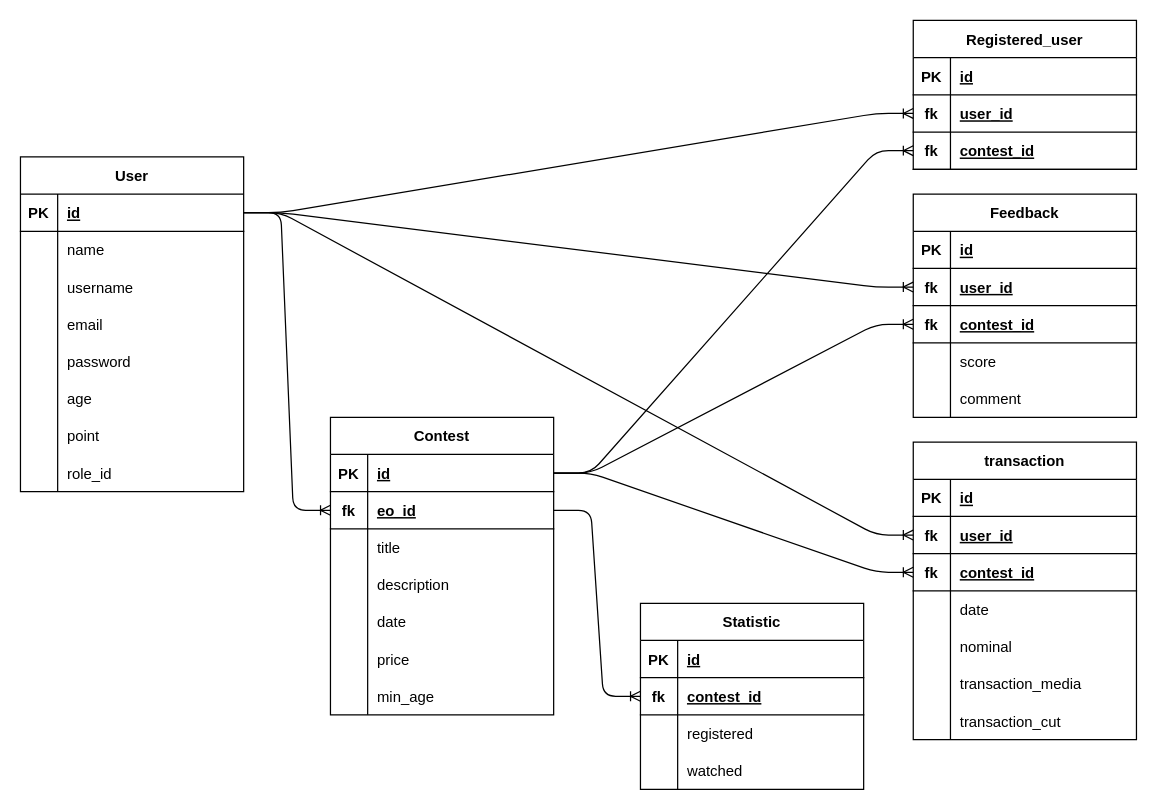
Above: BE/ERD.drawio in babaiyu/efficacy_hackathon (draw.io), before the change. Source tidied: cells renumbered, new cells numbered last; positions are measured from the earlier drawing's top-left corner, leaving out a move shared by most shapes. Both pictures are drawn from the tidied source at 124%, with x=0, y=0 at pixel (20, 20).
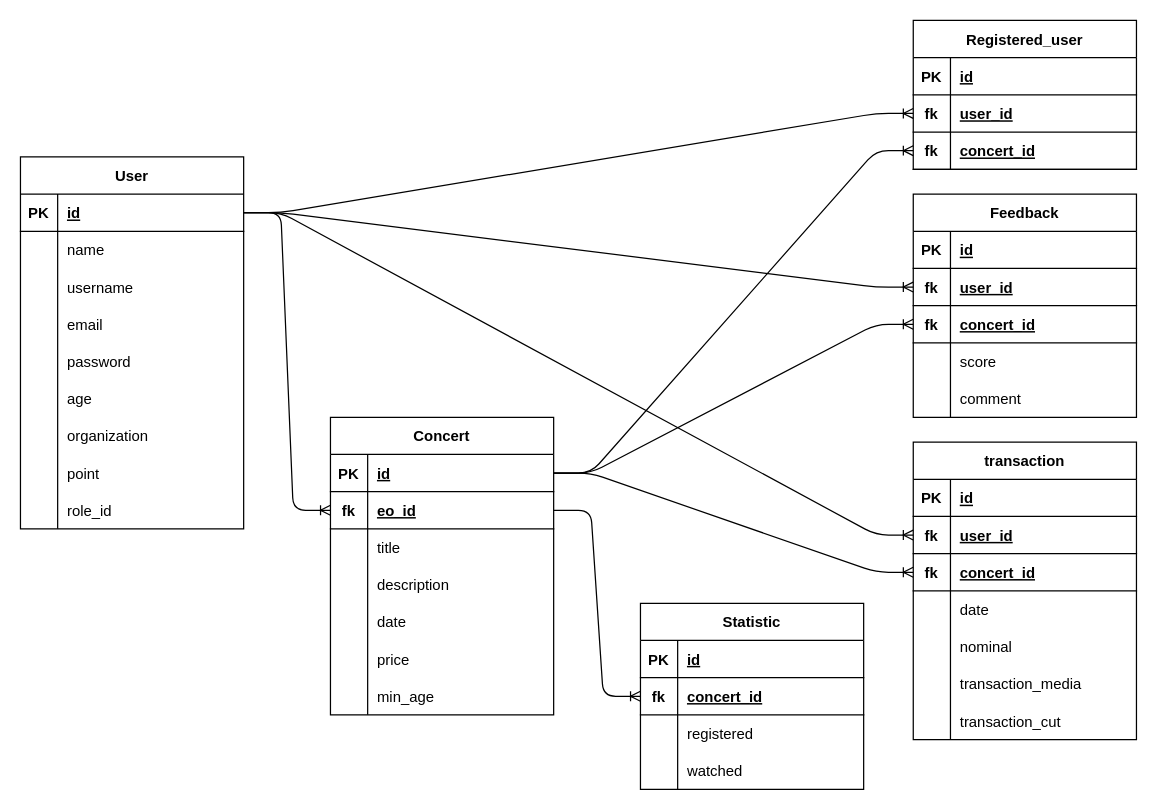
The same diagram, later.

Unchanged cells that the change refers to:
```xml
<mxCell id="61" style="shape=partialRectangle;fillColor=none;top=0;left=0;bottom=1;right=0;" parent="57" vertex="1">
  <mxGeometry y="60" width="180" height="30" as="geometry" />
</mxCell>
<mxCell id="77" style="shape=partialRectangle;fillColor=none;top=0;left=0;bottom=1;right=0;points=[[0,0.5],[1,0.5]];portConstraint=eastwest;" parent="70" vertex="1">
  <mxGeometry y="90" width="180" height="30" as="geometry" />
</mxCell>
<mxCell id="99" style="shape=partialRectangle;fillColor=none;top=0;left=0;bottom=1;right=0;points=[[0,0.5],[1,0.5]];portConstraint=eastwest;" parent="92" vertex="1">
  <mxGeometry y="90" width="180" height="30" as="geometry" />
</mxCell>
<mxCell id="109" style="shape=partialRectangle;fillColor=none;top=0;left=0;bottom=1;right=0;points=[[0,0.5],[1,0.5]];portConstraint=eastwest;" parent="102" vertex="1">
  <mxGeometry y="90" width="180" height="30" as="geometry" />
</mxCell>
```

The edit, as a diff of the source:
```diff
@@
     <mxCell id="10" value="User" style="shape=table;startSize=30;childLayout=tableLayout;rowLines=0;fontStyle=1;align=center;" parent="1" vertex="1">
-      <mxGeometry y="110" width="180" height="270" as="geometry" />
+      <mxGeometry y="110" width="180" height="300" as="geometry" />
     </mxCell>
@@
+    <mxCell id="118" style="shape=partialRectangle;fillColor=none;top=0;left=0;bottom=0;right=0;" parent="10" vertex="1">
+      <mxGeometry y="210" width="180" height="30" as="geometry" />
+    </mxCell>
+    <mxCell id="119" style="shape=partialRectangle;fillColor=none;top=0;left=0;bottom=0;right=0;overflow=hidden;" parent="118" vertex="1">
+      <mxGeometry width="30" height="30" as="geometry" />
+    </mxCell>
+    <mxCell id="120" value="organization" style="shape=partialRectangle;fillColor=none;top=0;left=0;bottom=0;right=0;align=left;spacingLeft=6;overflow=hidden;" parent="118" vertex="1">
+      <mxGeometry x="30" width="150" height="30" as="geometry" />
+    </mxCell>
     <mxCell id="29" style="shape=partialRectangle;fillColor=none;top=0;left=0;bottom=0;right=0;" parent="10" vertex="1">
-      <mxGeometry y="210" width="180" height="30" as="geometry" />
+      <mxGeometry y="240" width="180" height="30" as="geometry" />
     </mxCell>
@@
     <mxCell id="32" style="shape=partialRectangle;fillColor=none;top=0;left=0;bottom=0;right=0;" parent="10" vertex="1">
-      <mxGeometry y="240" width="180" height="30" as="geometry" />
+      <mxGeometry y="270" width="180" height="30" as="geometry" />
     </mxCell>
@@
-    <mxCell id="35" value="Contest" style="shape=table;startSize=30;childLayout=tableLayout;rowLines=0;fontStyle=1;align=center;" parent="1" vertex="1">
+    <mxCell id="35" value="Concert" style="shape=table;startSize=30;childLayout=tableLayout;rowLines=0;fontStyle=1;align=center;" parent="1" vertex="1">
       <mxGeometry x="250" y="320" width="180" height="240" as="geometry" />
     </mxCell>
@@
-    <mxCell id="63" value="contest_id" style="shape=partialRectangle;fillColor=none;top=0;left=0;bottom=0;right=0;align=left;spacingLeft=6;fontStyle=5;overflow=hidden;" parent="61" vertex="1">
+    <mxCell id="63" value="concert_id" style="shape=partialRectangle;fillColor=none;top=0;left=0;bottom=0;right=0;align=left;spacingLeft=6;fontStyle=5;overflow=hidden;" parent="61" vertex="1">
       <mxGeometry x="30" width="150" height="30" as="geometry" />
     </mxCell>
@@
-    <mxCell id="79" value="contest_id" style="shape=partialRectangle;fillColor=none;top=0;left=0;bottom=0;right=0;align=left;spacingLeft=6;fontStyle=5;overflow=hidden;" parent="77" vertex="1">
+    <mxCell id="79" value="concert_id" style="shape=partialRectangle;fillColor=none;top=0;left=0;bottom=0;right=0;align=left;spacingLeft=6;fontStyle=5;overflow=hidden;" parent="77" vertex="1">
       <mxGeometry x="30" width="150" height="30" as="geometry" />
     </mxCell>
@@
-    <mxCell id="101" value="contest_id" style="shape=partialRectangle;fillColor=none;top=0;left=0;bottom=0;right=0;align=left;spacingLeft=6;fontStyle=5;overflow=hidden;" parent="99" vertex="1">
+    <mxCell id="101" value="concert_id" style="shape=partialRectangle;fillColor=none;top=0;left=0;bottom=0;right=0;align=left;spacingLeft=6;fontStyle=5;overflow=hidden;" parent="99" vertex="1">
       <mxGeometry x="30" width="150" height="30" as="geometry" />
     </mxCell>
@@
-    <mxCell id="111" value="contest_id" style="shape=partialRectangle;fillColor=none;top=0;left=0;bottom=0;right=0;align=left;spacingLeft=6;fontStyle=5;overflow=hidden;" parent="109" vertex="1">
+    <mxCell id="111" value="concert_id" style="shape=partialRectangle;fillColor=none;top=0;left=0;bottom=0;right=0;align=left;spacingLeft=6;fontStyle=5;overflow=hidden;" parent="109" vertex="1">
       <mxGeometry x="30" width="150" height="30" as="geometry" />
     </mxCell>
```
